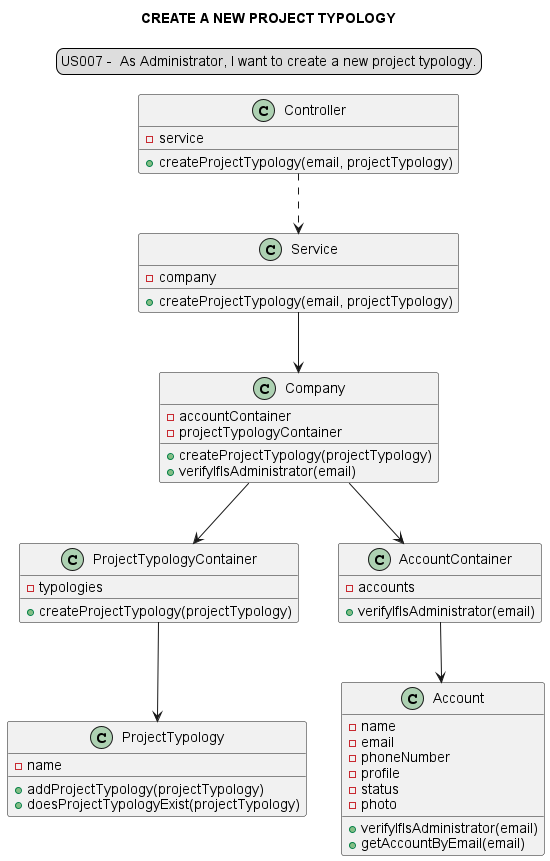
The PlantUML diagram docs/modelling_design/user_stories/us007/US007_classDiagram-CREATE_A_NEW_PROJECT_TYPOLOGY.png in Loracline/project_switch_22-23, before a commit.
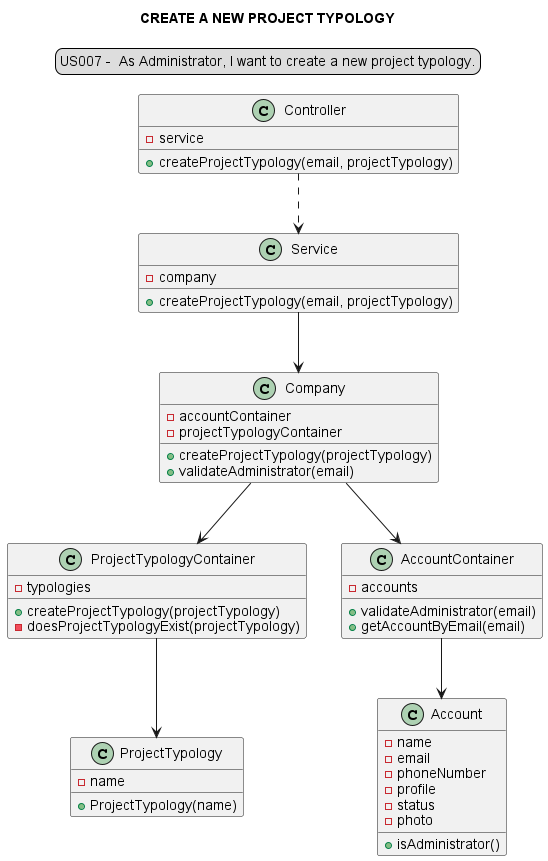
Above is the later version.

Commit message:
US 007 : Design : Refinement of class diagram and sequence diagram

Change to the diagram source:
```diff
@@ -25,20 +25,21 @@
 -accountContainer
 -projectTypologyContainer
 +createProjectTypology(projectTypology)
-+verifyIfIsAdministrator(email)
++validateAdministrator(email)
 }
 class "ProjectTypologyContainer"{
 -typologies
 +createProjectTypology(projectTypology)
+-doesProjectTypologyExist(projectTypology)
 }
 class "AccountContainer"{
 -accounts
-+verifyIfIsAdministrator(email)
++validateAdministrator(email)
++getAccountByEmail(email)
 }
 class "ProjectTypology"{
 -name
-+addProjectTypology(projectTypology)
-+doesProjectTypologyExist(projectTypology)
++ProjectTypology(name)
 }
 
 class "Account"{
@@ -48,7 +49,6 @@
 -profile
 -status
 -photo
-+verifyIfIsAdministrator(email)
-+getAccountByEmail(email)
++isAdministrator()
 }
 @enduml
```
